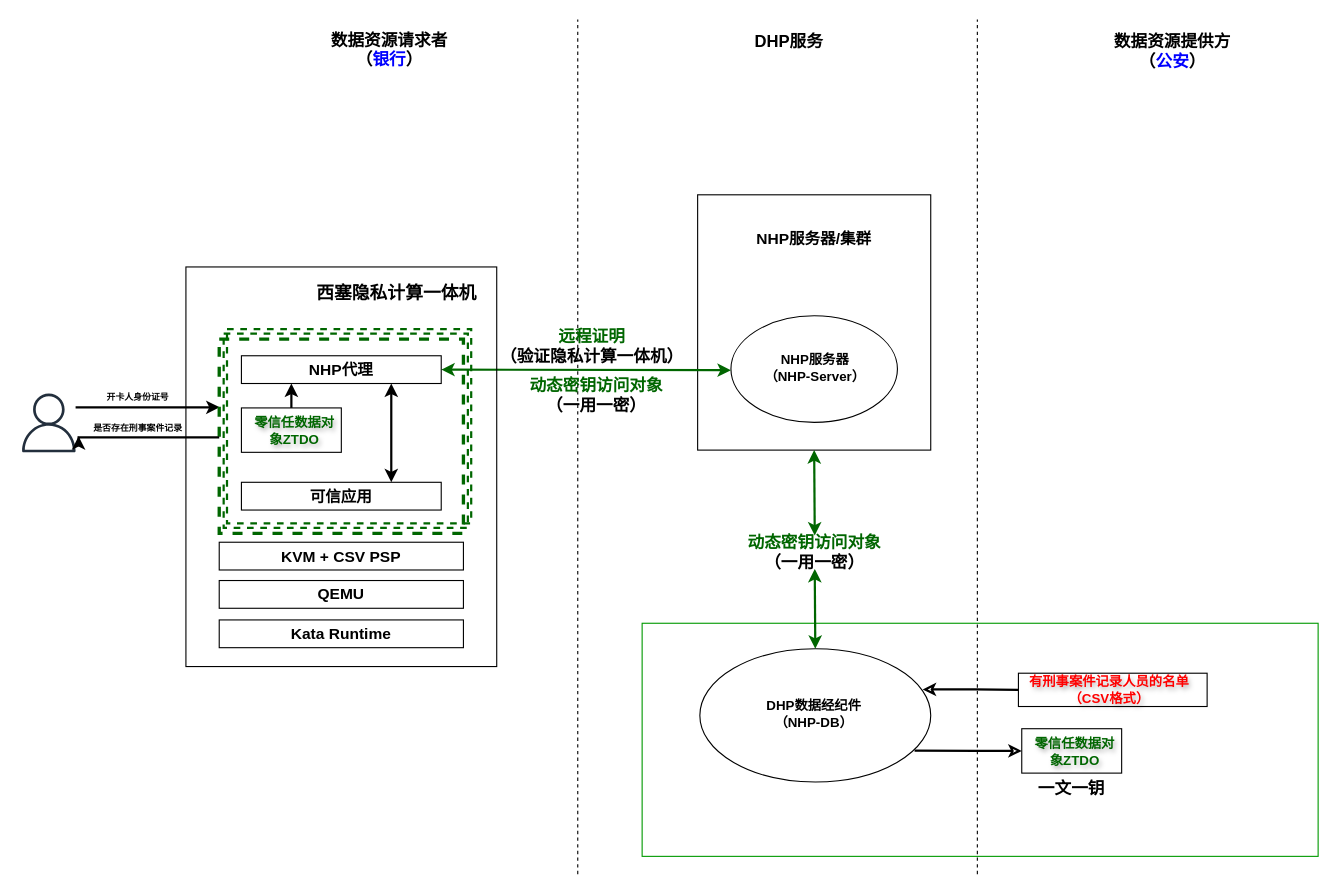
This is page "dhp scenarios" (22 of 22) of dhp/OpenDHP.drawio from wenhulove333/opendhp, a draw.io file, before an edit. Source tidied: cells renumbered, new cells numbered last; positions are measured from the earlier drawing's top-left corner, leaving out a move shared by most shapes. Both pictures are drawn from the tidied source at 111%, with x=0, y=0 at pixel (19, 19).
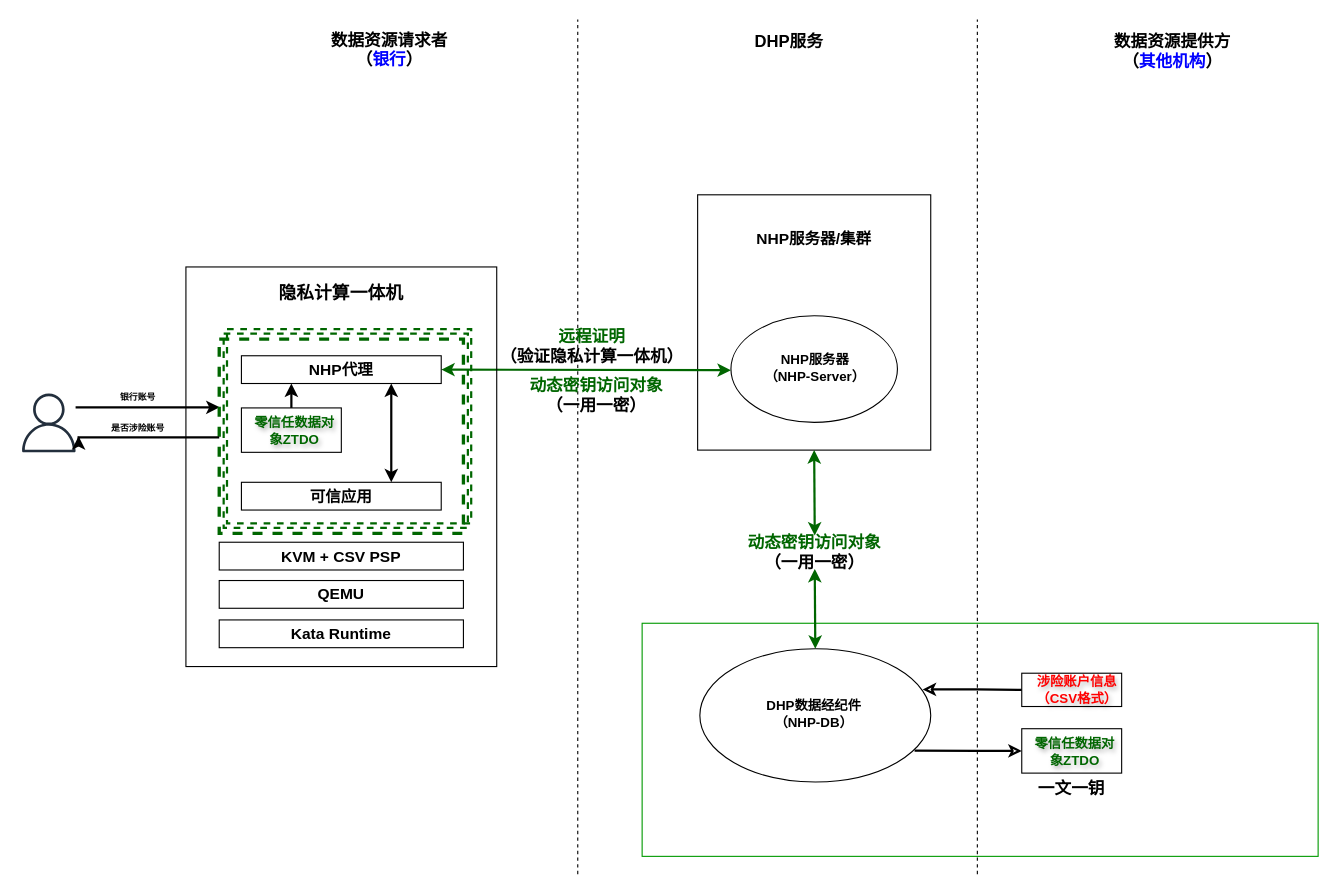
After the change.

Change to the diagram source:
```diff
@@
-    <mxCell id="19" value="&lt;b&gt;数据资源提供方&lt;/b&gt;&lt;div&gt;&lt;b&gt;（&lt;font style=&quot;color: rgb(0, 0, 255);&quot;&gt;公安&lt;/font&gt;）&lt;/b&gt;&lt;/div&gt;" style="text;html=1;align=center;verticalAlign=middle;whiteSpace=wrap;rounded=0;fontSize=15;" parent="1" vertex="1">
+    <mxCell id="19" value="&lt;b&gt;数据资源提供方&lt;/b&gt;&lt;div&gt;&lt;b&gt;（&lt;font color=&quot;#0000ff&quot;&gt;其他机构&lt;/font&gt;）&lt;/b&gt;&lt;/div&gt;" style="text;html=1;align=center;verticalAlign=middle;whiteSpace=wrap;rounded=0;fontSize=15;" parent="1" vertex="1">
       <mxGeometry x="980" y="13" width="118" height="30" as="geometry" />
     </mxCell>
@@
     <mxCell id="24" style="rounded=0;whiteSpace=wrap;html=1;strokeWidth=1;fillColor=none;align=center;" parent="1" vertex="1">
-      <mxGeometry x="900" y="589" width="170" height="30" as="geometry" />
+      <mxGeometry x="903" y="589" width="90" height="30" as="geometry" />
     </mxCell>
-    <mxCell id="25" value="&lt;b&gt;&lt;font style=&quot;color: light-dark(rgb(255, 0, 0), rgb(237, 237, 237));&quot;&gt;有刑事案件记录人员的名单（CSV格式）&lt;/font&gt;&lt;/b&gt;" style="text;html=1;align=center;verticalAlign=middle;whiteSpace=wrap;rounded=0;textShadow=1;" parent="1" vertex="1">
-      <mxGeometry x="900" y="592" width="164" height="24" as="geometry" />
+    <mxCell id="25" value="&lt;b&gt;&lt;font style=&quot;color: light-dark(rgb(255, 0, 0), rgb(237, 237, 237));&quot;&gt;涉险账户信息&lt;/font&gt;&lt;/b&gt;&lt;div&gt;&lt;b&gt;&lt;font style=&quot;color: light-dark(rgb(255, 0, 0), rgb(237, 237, 237));&quot;&gt;（CSV格式）&lt;/font&gt;&lt;/b&gt;&lt;/div&gt;" style="text;html=1;align=center;verticalAlign=middle;whiteSpace=wrap;rounded=0;textShadow=1;" parent="1" vertex="1">
+      <mxGeometry x="903" y="592" width="100" height="24" as="geometry" />
     </mxCell>
@@
-    <mxCell id="33" value="&lt;span style=&quot;font-size: 16px;&quot;&gt;&lt;b&gt;西塞隐私计算一体机&lt;/b&gt;&lt;/span&gt;" style="text;html=1;align=center;verticalAlign=middle;whiteSpace=wrap;rounded=0;" parent="1" vertex="1">
-      <mxGeometry x="260" y="231" width="160" height="30" as="geometry" />
+    <mxCell id="33" value="&lt;span style=&quot;font-size: 16px;&quot;&gt;&lt;b&gt;隐私计算一体机&lt;/b&gt;&lt;/span&gt;" style="text;html=1;align=center;verticalAlign=middle;whiteSpace=wrap;rounded=0;" parent="1" vertex="1">
+      <mxGeometry x="220" y="231" width="140" height="30" as="geometry" />
     </mxCell>
@@
-    <mxCell id="43" value="&lt;b&gt;&lt;font style=&quot;font-size: 8px;&quot;&gt;开卡人身份证号&lt;/font&gt;&lt;/b&gt;" style="text;html=1;align=center;verticalAlign=middle;whiteSpace=wrap;rounded=0;" parent="1" vertex="1">
+    <mxCell id="43" value="&lt;b&gt;&lt;font style=&quot;font-size: 8px;&quot;&gt;银行账号&lt;/font&gt;&lt;/b&gt;" style="text;html=1;align=center;verticalAlign=middle;whiteSpace=wrap;rounded=0;" parent="1" vertex="1">
       <mxGeometry x="62" y="324" width="90" height="30" as="geometry" />
     </mxCell>
@@
-    <mxCell id="45" value="&lt;b&gt;&lt;font style=&quot;font-size: 8px;&quot;&gt;是否存在刑事案件记录&lt;/font&gt;&lt;/b&gt;" style="text;html=1;align=center;verticalAlign=middle;whiteSpace=wrap;rounded=0;" parent="1" vertex="1">
+    <mxCell id="45" value="&lt;b&gt;&lt;font style=&quot;font-size: 8px;&quot;&gt;是否涉险账号&lt;/font&gt;&lt;/b&gt;" style="text;html=1;align=center;verticalAlign=middle;whiteSpace=wrap;rounded=0;" parent="1" vertex="1">
       <mxGeometry x="62" y="352" width="90" height="30" as="geometry" />
     </mxCell>
```
